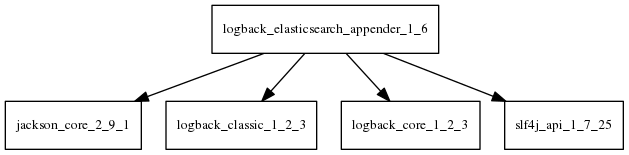
Before: tattleTaleReport/graphviz/logback-elasticsearch-appender-1.6.jar/logback-elasticsearch-appender-1.6.jar.png, a diagram exported from Graphviz (AglaianWoman/cia). Its source is kept beside it as tattleTaleReport/graphviz/logback-elasticsearch-appender-1.6.jar/logback-elasticsearch-appender-1.6.jar.dot.
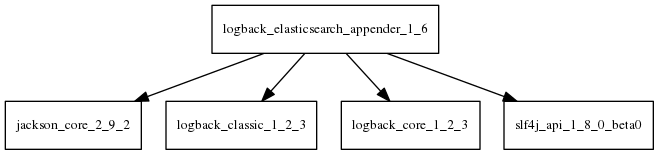
The same diagram one commit later.

What changed in the source:
```diff
@@ -1,7 +1,7 @@
 digraph logback_elasticsearch_appender_1_6_dependencies {
   node [shape = box, fontsize=10.0];
-  logback_elasticsearch_appender_1_6 -> jackson_core_2_9_1;
+  logback_elasticsearch_appender_1_6 -> jackson_core_2_9_2;
   logback_elasticsearch_appender_1_6 -> logback_classic_1_2_3;
   logback_elasticsearch_appender_1_6 -> logback_core_1_2_3;
-  logback_elasticsearch_appender_1_6 -> slf4j_api_1_7_25;
+  logback_elasticsearch_appender_1_6 -> slf4j_api_1_8_0_beta0;
 }
```
